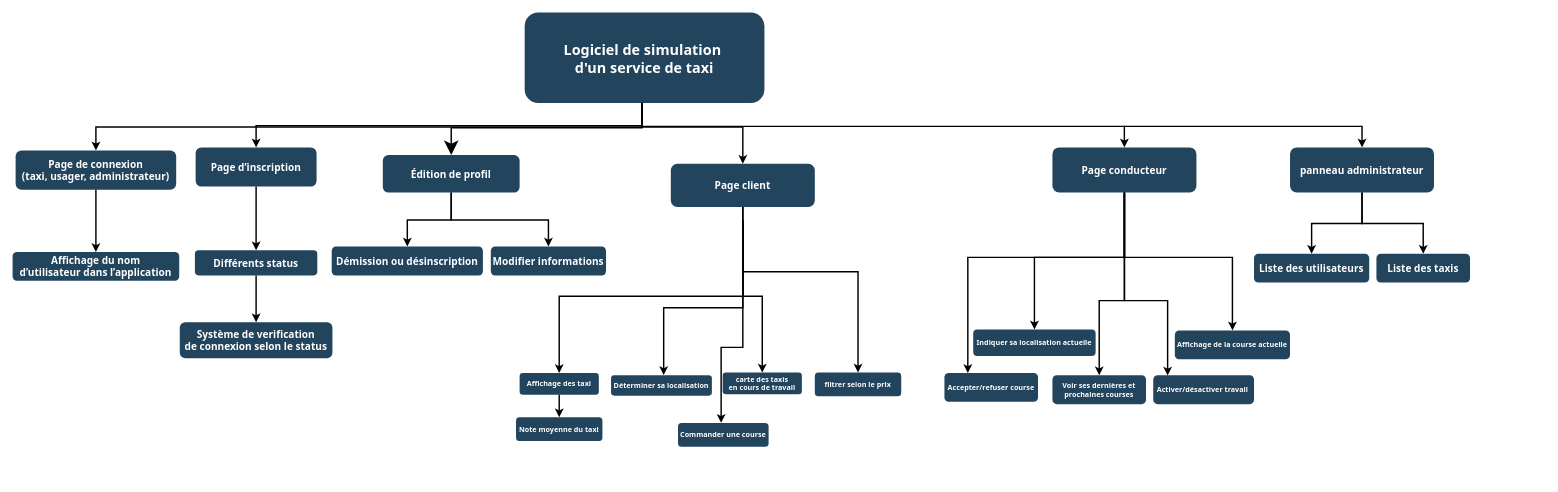
mboultoureau/utaxi keeps this draw.io diagram as gestion_de_projet/wbs.drawio. Above is the earlier version. Source tidied: cells renumbered, new cells numbered last; positions are measured from the earlier drawing's top-left corner, leaving out a move shared by most shapes. Both pictures are drawn from the tidied source at 72%, with x=0, y=0 at pixel (12, 12).
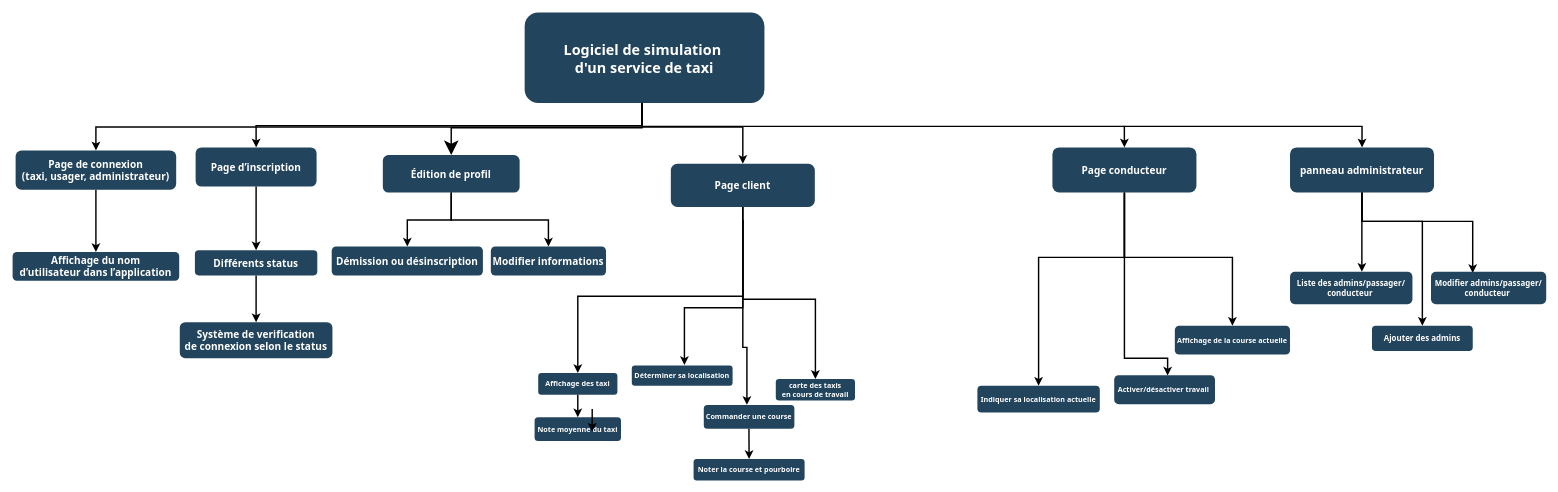
The same diagram, later.

Commit message:
modif du wbs

The change refers to these unchanged cells:
```xml
<mxCell id="3" value="panneau administrateur" style="rounded=1;fillColor=#23445D;gradientColor=none;strokeColor=none;fontColor=#FFFFFF;fontStyle=1;fontFamily=Tahoma;fontSize=14;" parent="1" vertex="1">
  <mxGeometry x="1774.2" y="187.2" width="200" height="62.8" as="geometry" />
</mxCell>
<mxCell id="35" value="Page conducteur" style="rounded=1;fillColor=#23445D;gradientColor=none;strokeColor=none;fontColor=#FFFFFF;fontStyle=1;fontFamily=Tahoma;fontSize=14;" parent="1" vertex="1">
  <mxGeometry x="1444.2" y="187.2" width="200" height="62.8" as="geometry" />
</mxCell>
```

Diff of the diagram source:
```diff
@@
-    <mxCell id="10" value="Liste des utilisateurs" style="rounded=1;fillColor=#23445D;gradientColor=none;strokeColor=none;fontColor=#FFFFFF;fontStyle=1;fontFamily=Tahoma;fontSize=14;" parent="1" vertex="1">
-      <mxGeometry x="1724.2" y="335" width="160" height="40" as="geometry" />
+    <mxCell id="10" value="Liste des admins/passager/&#10;conducteur " style="rounded=1;fillColor=#23445D;gradientColor=none;strokeColor=none;fontColor=#FFFFFF;fontStyle=1;fontFamily=Tahoma;fontSize=11;" parent="1" vertex="1">
+      <mxGeometry x="1774.2" y="360" width="170" height="45" as="geometry" />
     </mxCell>
@@
     <mxCell id="14" style="edgeStyle=elbowEdgeStyle;elbow=vertical;strokeWidth=2;rounded=0;" parent="1" edge="1" source="3" target="10">
-      <mxGeometry x="-28.8" y="35.5" as="geometry" />
+      <mxGeometry x="-28.8" y="35.5" as="geometry">
+        <Array as="points">
+          <mxPoint x="1874" y="300" />
+        </Array>
+      </mxGeometry>
     </mxCell>
@@
     <mxCell id="24" value="Affichage des taxi" style="rounded=1;fillColor=#23445D;gradientColor=none;strokeColor=none;fontColor=#FFFFFF;fontStyle=1;fontFamily=Tahoma;fontSize=10;" parent="1" vertex="1">
-      <mxGeometry x="704.2" y="500.6" width="110" height="30" as="geometry" />
+      <mxGeometry x="730" y="500.6" width="110" height="30" as="geometry" />
     </mxCell>
-    <mxCell id="25" style="edgeStyle=elbowEdgeStyle;elbow=vertical;strokeWidth=2;rounded=0;entryX=0.5;entryY=0;entryDx=0;entryDy=0;" parent="1" edge="1" target="26">
-      <mxGeometry x="-428.8" y="48.2" as="geometry">
-        <mxPoint x="1014.2" y="290" as="sourcePoint" />
-        <Array as="points">
-          <mxPoint x="1154.2" y="360" />
-          <mxPoint x="1164.2" y="360" />
-          <mxPoint x="1204.2" y="300" />
-        </Array>
-      </mxGeometry>
-    </mxCell>
-    <mxCell id="26" value="filtrer selon le prix" style="rounded=1;fillColor=#23445D;gradientColor=none;strokeColor=none;fontColor=#FFFFFF;fontStyle=1;fontFamily=Tahoma;fontSize=10;" parent="1" vertex="1">
-      <mxGeometry x="1114.2" y="500" width="120" height="32.9" as="geometry" />
-    </mxCell>
@@
     <mxCell id="28" value="Déterminer sa localisation" style="rounded=1;fillColor=#23445D;gradientColor=none;strokeColor=none;fontColor=#FFFFFF;fontStyle=1;fontFamily=Tahoma;fontSize=10;" parent="1" vertex="1">
-      <mxGeometry x="831.2" y="503.8" width="140" height="28.2" as="geometry" />
+      <mxGeometry x="860" y="490" width="140" height="28.2" as="geometry" />
     </mxCell>
@@
     <mxCell id="31" value="carte des taxis &#10;en cours de travail" style="rounded=1;fillColor=#23445D;gradientColor=none;strokeColor=none;fontColor=#FFFFFF;fontStyle=1;fontFamily=Tahoma;fontSize=10;" parent="1" vertex="1">
-      <mxGeometry x="986.2" y="500" width="110" height="30" as="geometry" />
+      <mxGeometry x="1060" y="508.8" width="110" height="30" as="geometry" />
     </mxCell>
     <mxCell id="32" value="Note moyenne du taxi" style="rounded=1;fillColor=#23445D;gradientColor=none;strokeColor=none;fontColor=#FFFFFF;fontStyle=1;fontFamily=Tahoma;fontSize=10;" parent="1" vertex="1">
-      <mxGeometry x="699.2" y="562" width="120" height="32.9" as="geometry" />
+      <mxGeometry x="725" y="562" width="120" height="32.9" as="geometry" />
     </mxCell>
-    <mxCell id="33" value="Liste des taxis" style="rounded=1;fillColor=#23445D;gradientColor=none;strokeColor=none;fontColor=#FFFFFF;fontStyle=1;fontFamily=Tahoma;fontSize=14;" parent="1" vertex="1">
-      <mxGeometry x="1894.2" y="335" width="130" height="40" as="geometry" />
-    </mxCell>
-    <mxCell id="34" style="edgeStyle=elbowEdgeStyle;elbow=vertical;strokeWidth=2;rounded=0;exitX=0.5;exitY=1;exitDx=0;exitDy=0;" parent="1" edge="1" source="3" target="33">
-      <mxGeometry x="147.2" y="35.5" as="geometry" />
+    <mxCell id="34" style="edgeStyle=elbowEdgeStyle;elbow=vertical;strokeWidth=2;rounded=0;exitX=0.5;exitY=1;exitDx=0;exitDy=0;entryX=0.362;entryY=0.037;entryDx=0;entryDy=0;entryPerimeter=0;" parent="1" edge="1" source="3" target="55">
+      <mxGeometry x="147.2" y="35.5" as="geometry">
+        <Array as="points">
+          <mxPoint x="1890" y="290" />
+        </Array>
+      </mxGeometry>
     </mxCell>
@@
     <mxCell id="37" value="Affichage de la course actuelle" style="rounded=1;fillColor=#23445D;gradientColor=none;strokeColor=none;fontColor=#FFFFFF;fontStyle=1;fontFamily=Tahoma;fontSize=10;" parent="1" vertex="1">
-      <mxGeometry x="1614.2" y="441.4" width="160" height="40" as="geometry" />
+      <mxGeometry x="1614.2" y="435" width="160" height="40" as="geometry" />
     </mxCell>
@@
     <mxCell id="39" value="Indiquer sa localisation actuelle" style="rounded=1;fillColor=#23445D;gradientColor=none;strokeColor=none;fontColor=#FFFFFF;fontStyle=1;fontFamily=Tahoma;fontSize=10;" parent="1" vertex="1">
-      <mxGeometry x="1334.2" y="440" width="170" height="37.1" as="geometry" />
+      <mxGeometry x="1340" y="518.2" width="170" height="37.1" as="geometry" />
     </mxCell>
-    <mxCell id="40" value="Voir ses dernières et &#10;prochaines courses" style="rounded=1;fillColor=#23445D;gradientColor=none;strokeColor=none;fontColor=#FFFFFF;fontStyle=1;fontFamily=Tahoma;fontSize=10;" parent="1" vertex="1">
-      <mxGeometry x="1444.2" y="503.8" width="130" height="40" as="geometry" />
-    </mxCell>
-    <mxCell id="41" style="edgeStyle=elbowEdgeStyle;elbow=vertical;strokeWidth=2;rounded=0;entryX=0.5;entryY=0;entryDx=0;entryDy=0;exitX=0.5;exitY=1;exitDx=0;exitDy=0;" parent="1" edge="1" source="35" target="40">
-      <mxGeometry x="-272.6" y="92.6" as="geometry">
-        <Array as="points">
-          <mxPoint x="1554.2" y="400" />
-          <mxPoint x="1544.2" y="350" />
-          <mxPoint x="1481.2" y="300" />
-          <mxPoint x="1504.2" y="397.1" />
-        </Array>
-      </mxGeometry>
-    </mxCell>
@@
     <mxCell id="45" value="Activer/désactiver travail " style="rounded=1;fillColor=#23445D;gradientColor=none;strokeColor=none;fontColor=#FFFFFF;fontStyle=1;fontFamily=Tahoma;fontSize=10;" parent="1" vertex="1">
-      <mxGeometry x="1584.2" y="503.8" width="140" height="40" as="geometry" />
+      <mxGeometry x="1530" y="503.8" width="140" height="40" as="geometry" />
     </mxCell>
     <mxCell id="46" style="edgeStyle=elbowEdgeStyle;elbow=vertical;strokeWidth=2;rounded=0;exitX=0.5;exitY=1;exitDx=0;exitDy=0;" parent="1" edge="1" source="35">
       <mxGeometry x="-262.6" y="92.6" as="geometry">
         <mxPoint x="1604.2" y="504" as="targetPoint" />
         <Array as="points">
+          <mxPoint x="1580" y="480" />
           <mxPoint x="1564.2" y="400" />
           <mxPoint x="1554.2" y="350" />
           <mxPoint x="1491.2" y="300" />
           <mxPoint x="1514.2" y="397.1" />
         </Array>
       </mxGeometry>
     </mxCell>
@@
-    <mxCell id="48" value="Accepter/refuser course" style="rounded=1;fillColor=#23445D;gradientColor=none;strokeColor=none;fontColor=#FFFFFF;fontStyle=1;fontFamily=Tahoma;fontSize=10;" parent="1" vertex="1">
-      <mxGeometry x="1294.2" y="500.6" width="130" height="40" as="geometry" />
-    </mxCell>
-    <mxCell id="49" style="edgeStyle=elbowEdgeStyle;elbow=vertical;strokeWidth=2;rounded=0;exitX=0.5;exitY=1;exitDx=0;exitDy=0;entryX=0.25;entryY=0;entryDx=0;entryDy=0;" parent="1" edge="1" source="35" target="48">
-      <mxGeometry x="-343.6" y="35.5" as="geometry">
-        <Array as="points">
-          <mxPoint x="1434.2" y="340" />
-        </Array>
-      </mxGeometry>
-    </mxCell>
@@
     <mxCell id="51" value="Commander une course" style="rounded=1;fillColor=#23445D;gradientColor=none;strokeColor=none;fontColor=#FFFFFF;fontStyle=1;fontFamily=Tahoma;fontSize=10;" parent="1" vertex="1">
-      <mxGeometry x="924.2" y="570" width="125.8" height="32.9" as="geometry" />
+      <mxGeometry x="960" y="545" width="125.8" height="32.9" as="geometry" />
     </mxCell>
+    <mxCell id="52" value="Noter la course et pourboire" style="rounded=1;fillColor=#23445D;gradientColor=none;strokeColor=none;fontColor=#FFFFFF;fontStyle=1;fontFamily=Tahoma;fontSize=10;" parent="1" vertex="1">
+      <mxGeometry x="945.8" y="620" width="154.2" height="30" as="geometry" />
+    </mxCell>
+    <mxCell id="53" style="endArrow=classic;html=1;strokeWidth=2;exitX=0.5;exitY=1;exitDx=0;exitDy=0;entryX=0.5;entryY=0;entryDx=0;entryDy=0;" parent="1" edge="1" target="52">
+      <mxGeometry relative="1" as="geometry">
+        <mxPoint x="1022.7" y="577.9" as="sourcePoint" />
+      </mxGeometry>
+    </mxCell>
+    <mxCell id="54" style="endArrow=classic;html=1;strokeWidth=2;exitX=0.5;exitY=1;exitDx=0;exitDy=0;entryX=0.5;entryY=0;entryDx=0;entryDy=0;" parent="1" edge="1">
+      <mxGeometry relative="1" as="geometry">
+        <mxPoint x="805" y="550.6" as="sourcePoint" />
+        <mxPoint x="805" y="582" as="targetPoint" />
+      </mxGeometry>
+    </mxCell>
+    <mxCell id="55" value="Modifier admins/passager/&#10;conducteur " style="rounded=1;fillColor=#23445D;gradientColor=none;strokeColor=none;fontColor=#FFFFFF;fontStyle=1;fontFamily=Tahoma;fontSize=11;" parent="1" vertex="1">
+      <mxGeometry x="1970" y="360" width="160" height="45" as="geometry" />
+    </mxCell>
+    <mxCell id="56" value="Ajouter des admins" style="rounded=1;fillColor=#23445D;gradientColor=none;strokeColor=none;fontColor=#FFFFFF;fontStyle=1;fontFamily=Tahoma;fontSize=11;" parent="1" vertex="1">
+      <mxGeometry x="1888" y="435" width="140" height="35" as="geometry" />
+    </mxCell>
+    <mxCell id="57" style="edgeStyle=elbowEdgeStyle;elbow=vertical;strokeWidth=2;rounded=0;exitX=0.5;exitY=1;exitDx=0;exitDy=0;" parent="1" edge="1" source="3" target="56">
+      <mxGeometry x="133" y="46.3" as="geometry">
+        <Array as="points">
+          <mxPoint x="1958" y="290" />
+          <mxPoint x="1920" y="290" />
+        </Array>
+      </mxGeometry>
+    </mxCell>
```
